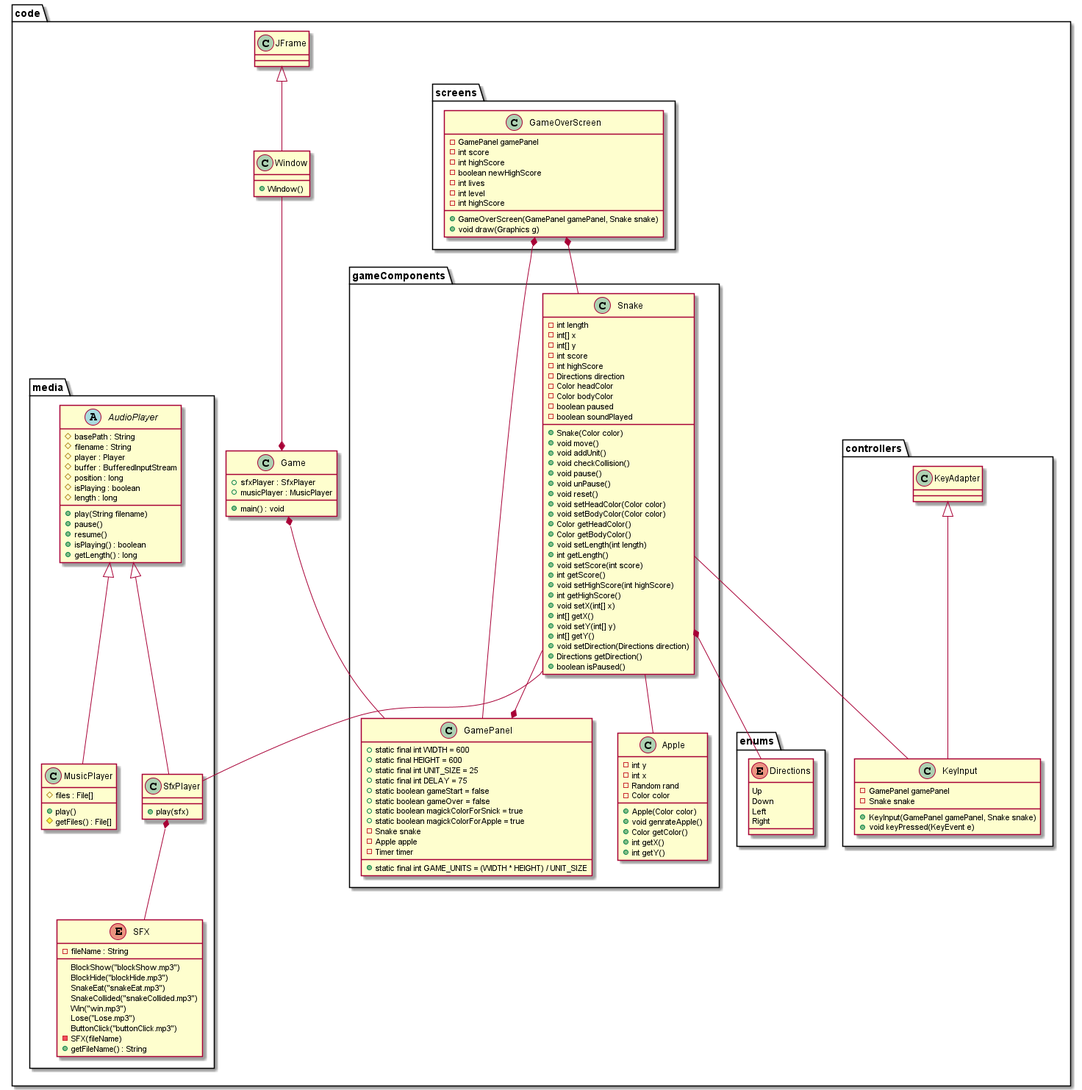
Before: uml.png, a diagram exported from PlantUML (anas-stuff/The-Crazy-Snake-Game).
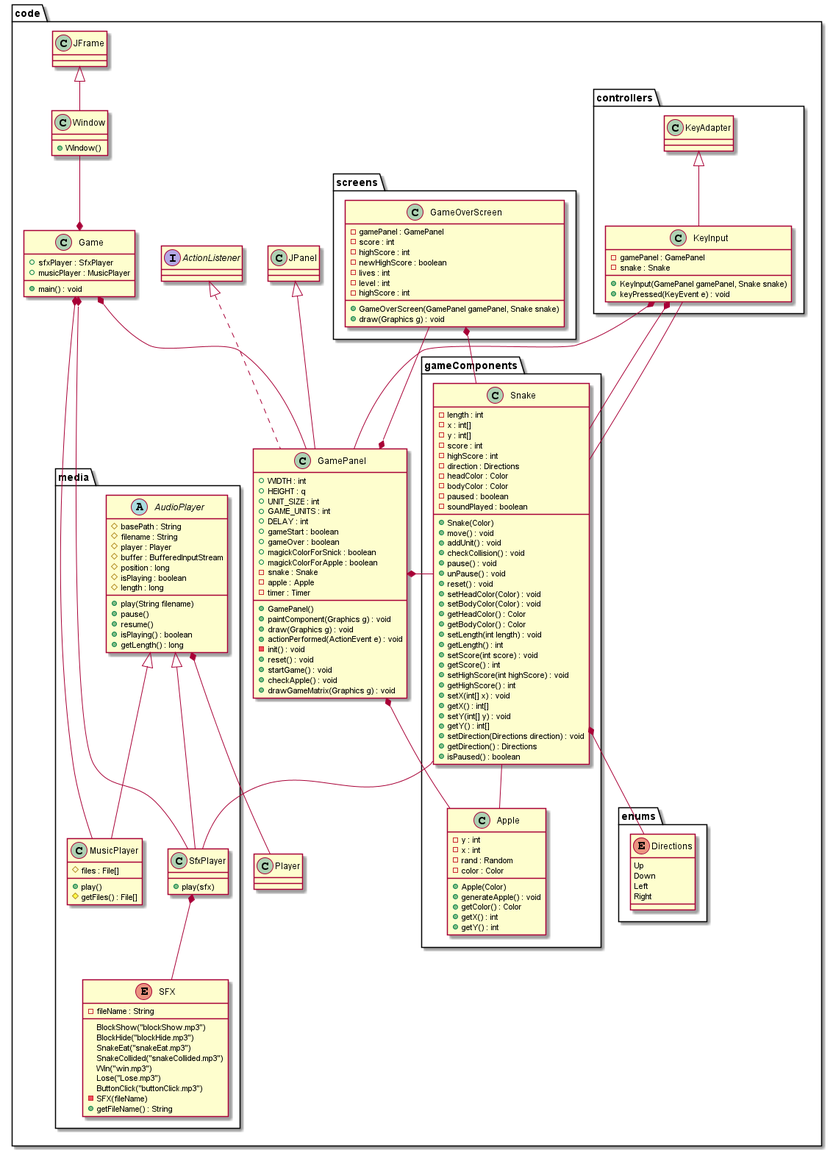
The same file after the commit.

The edit, as a diff of the source:
```diff
@@ -46,11 +46,11 @@
 
     package "controllers" {
         class KeyInput extends KeyAdapter {
-            - GamePanel gamePanel
-            - Snake snake
+            - gamePanel : GamePanel
+            - snake : Snake
 
             + KeyInput(GamePanel gamePanel, Snake snake)
-            + void keyPressed(KeyEvent e)
+            + keyPressed(KeyEvent e) : void
         }
     }
 
@@ -65,98 +65,76 @@
 
     package "gameComponents" {
         class Apple {
-            - int y
-            - int x
-            - Random rand
-            - Color color
+            - y : int
+            - x : int
+            - rand : Random
+            - color : Color
 
-            + Apple(Color color)
-            + void genrateApple()
-            + Color getColor()
-            + int getX()
-            + int getY()
+            + Apple(Color)
+            + generateApple() : void
+            + getColor() : Color
+            + getX() : int
+            + getY() : int
         }
 
         class Snake {
-            - int length
-            - int[] x
-            - int[] y
-            - int score
-            - int highScore
-            - Directions direction
-            - Color headColor
-            - Color bodyColor
-            - boolean paused
-            - boolean soundPlayed
+            - length : int
+            - x : int[]
+            - y : int[]
+            - score : int
+            - highScore : int
+            - direction : Directions
+            - headColor : Color
+            - bodyColor : Color
+            - paused : boolean
+            - soundPlayed : boolean
 
-            + Snake(Color color)
-            + void move()
-            + void addUnit()
-            + void checkCollision()
-            + void pause()
-            + void unPause()
-            + void reset()
-            + void setHeadColor(Color color)
-            + void setBodyColor(Color color)
-            + Color getHeadColor()
-            + Color getBodyColor()
-            + void setLength(int length)
-            + int getLength()
-            + void setScore(int score)
-            + int getScore()
-            + void setHighScore(int highScore)
-            + int getHighScore()
-            + void setX(int[] x)
-            + int[] getX()
-            + void setY(int[] y)
-            + int[] getY()
-            + void setDirection(Directions direction)
-            + Directions getDirection()
-            + boolean isPaused()
+            + Snake(Color)
+            + move() : void
+            + addUnit() : void
+            + checkCollision() : void
+            + pause() : void
+            + unPause() : void
+            + reset() : void
+            + setHeadColor(Color) : void
+            + setBodyColor(Color) : void
+            + getHeadColor() : Color
+            + getBodyColor() : Color
+            + setLength(int length) : void
+            + getLength() : int
+            + setScore(int score) : void
+            + getScore() : int
+            + setHighScore(int highScore) : void
+            + getHighScore() : int
+            + setX(int[] x) : void
+            + getX() : int[]
+            + setY(int[] y) : void
+            + getY() : int[]
+            + setDirection(Directions direction) : void
+            + getDirection() : Directions
+            + isPaused() : boolean
         }
 
         Snake *-- Directions
         Snake -- Apple
         Snake -- KeyInput
-        Snake --* GamePanel
         Snake -- SfxPlayer
 
     }
 
     package "screens" {
         class GameOverScreen {
-            - GamePanel gamePanel
-            - int score
-            - int highScore
-            - boolean newHighScore
-            - int lives
-            - int level
-            - int highScore
+            - gamePanel : GamePanel
+            - score : int
+            - highScore : int
+            - newHighScore : boolean
+            - lives : int
+            - level : int
+            - highScore : int
 
             + GameOverScreen(GamePanel gamePanel, Snake snake)
-            + void draw(Graphics g)
+            + draw(Graphics g) : void
         }
-    }
-
-    GameOverScreen *-- Snake
-    GameOverScreen *-- GamePanel
-
-
-
-    class GamePanel {
-         + static final int WIDTH = 600
-         + static final HEIGHT = 600
-         + static final int UNIT_SIZE = 25
-         + static final int GAME_UNITS = (WIDTH * HEIGHT) / UNIT_SIZE
-         + static final int DELAY = 75
-         + static boolean gameStart = false
-         + static boolean gameOver = false
-         + static boolean magickColorForSnick = true
-         + static boolean magickColorForApple = true
-         - Snake snake
-         - Apple apple
-         - Timer timer
-
     }
 
     class Window extends JFrame {
@@ -170,8 +148,47 @@
         + main() : void
     }
 
+        class GamePanel extends JPanel implements ActionListener {
+             +  WIDTH : int
+             + HEIGHT : q
+             +  UNIT_SIZE : int
+             +  GAME_UNITS : int
+             +  DELAY : int
+             + gameStart : boolean
+             + gameOver : boolean
+             + magickColorForSnick : boolean
+             + magickColorForApple : boolean
+             - snake : Snake
+             - apple : Apple
+             - timer : Timer
+
+             + GamePanel()
+             + paintComponent(Graphics g) : void
+             + draw(Graphics g) : void
+             + actionPerformed(ActionEvent e) : void
+             - init() : void
+             + reset() : void
+             + startGame() : void
+             + checkApple() : void
+             + drawGameMatrix(Graphics g) : void
+        }
+
+          GameOverScreen *-- Snake
+          GameOverScreen --* GamePanel
+
+          GamePanel *-- Snake
+          GamePanel *-- Apple
+
+          KeyInput *-- Snake
+          KeyInput *-- GamePanel
+
     Window --* Game
+
     Game *-- GamePanel
+    Game *-- MusicPlayer
+    Game *-- SfxPlayer
+
+    AudioPlayer *-- Player
 
 }
 
```
